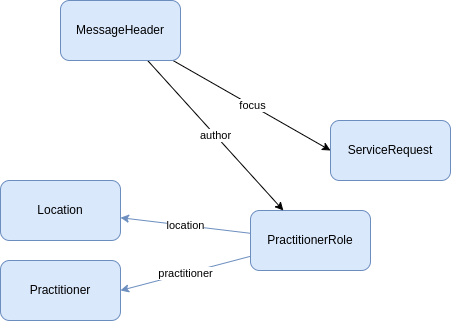
The draw.io diagram input/images/terminar-recursos.png in Minsal-CL/SIGTEv2-IG, before a commit. Source tidied: cells renumbered, new cells last; positions are measured from the earlier drawing's top-left corner, leaving out a move shared by most shapes.
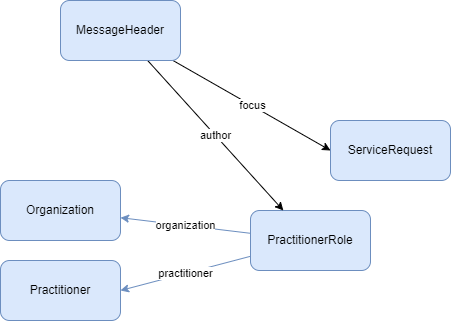
Above is the later version.

Diff of the diagram source:
```diff
@@ -2,7 +2,7 @@
   <root>
     <mxCell id="0" />
     <mxCell id="1" parent="0" />
-    <mxCell id="2" value="location" style="edgeStyle=none;rounded=0;jettySize=auto;html=1;fillColor=#dae8fc;strokeColor=#6c8ebf;" parent="1" edge="1" source="4" target="5">
+    <mxCell id="2" value="organization" style="edgeStyle=none;rounded=0;jettySize=auto;html=1;fillColor=#dae8fc;strokeColor=#6c8ebf;" parent="1" edge="1" source="4" target="5">
       <mxGeometry relative="1" as="geometry" />
     </mxCell>
     <mxCell id="3" value="practitioner" style="edgeStyle=none;rounded=0;jettySize=auto;html=1;entryX=1;entryY=0.5;entryDx=0;entryDy=0;fillColor=#dae8fc;strokeColor=#6c8ebf;" parent="1" edge="1" source="4" target="6">
@@ -11,7 +11,7 @@
     <mxCell id="4" value="PractitionerRole" style="rounded=1;whiteSpace=wrap;html=1;fillColor=#dae8fc;strokeColor=#6c8ebf;" parent="1" vertex="1">
       <mxGeometry x="250" y="210" width="120" height="60" as="geometry" />
     </mxCell>
-    <mxCell id="5" value="Location" style="rounded=1;whiteSpace=wrap;html=1;fillColor=#dae8fc;strokeColor=#6c8ebf;" parent="1" vertex="1">
+    <mxCell id="5" value="Organization" style="rounded=1;whiteSpace=wrap;html=1;fillColor=#dae8fc;strokeColor=#6c8ebf;" parent="1" vertex="1">
       <mxGeometry y="180" width="120" height="60" as="geometry" />
     </mxCell>
     <mxCell id="6" value="Practitioner" style="rounded=1;whiteSpace=wrap;html=1;fillColor=#dae8fc;strokeColor=#6c8ebf;" parent="1" vertex="1">
```
